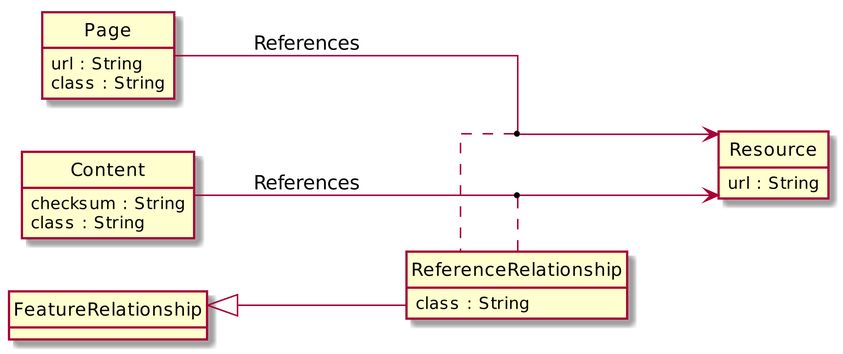
This is src/main/resources/db-data-model/resource-relationship.png from TheGreyKoala/master-thesis, a PlantUML export, as it was before one commit. Source of this version:
```plantuml
@startuml
hide circle
hide empty methods

class Content {
    checksum : String
    class : String
}
hide circle
hide empty methods

class Page {
    url : String
    class : String
}
hide circle
hide empty methods

class Resource {
    url : String
}

Content --> Resource : References
Page --> Resource : References

scale 3.25
hide circle
hide empty methods
left to right direction
skinparam linetype ortho

class ReferenceRelationship {
    class : String
}

(Content, Resource) .. ReferenceRelationship
(Page, Resource) .. ReferenceRelationship
FeatureRelationship <|-- ReferenceRelationship
@enduml
```
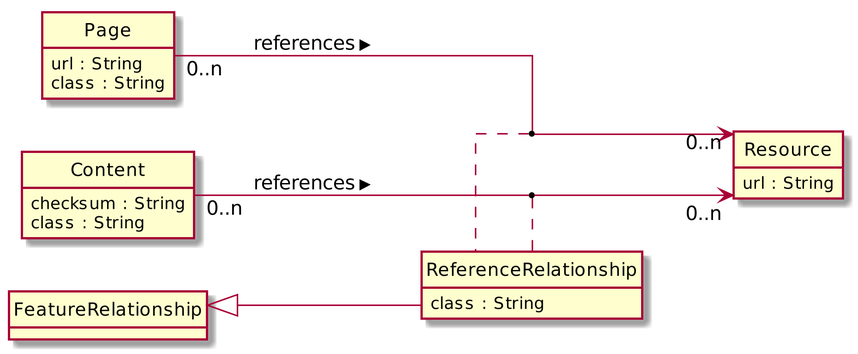
The same file after the commit.

Change to the diagram source:
```diff
@@ -20,8 +20,8 @@
     url : String
 }
 
-Content --> Resource : References
-Page --> Resource : References
+Content "0..n" --> "0..n" Resource : > references
+Page "0..n" --> "0..n" Resource : > references
 
 scale 3.25
 hide circle
```
